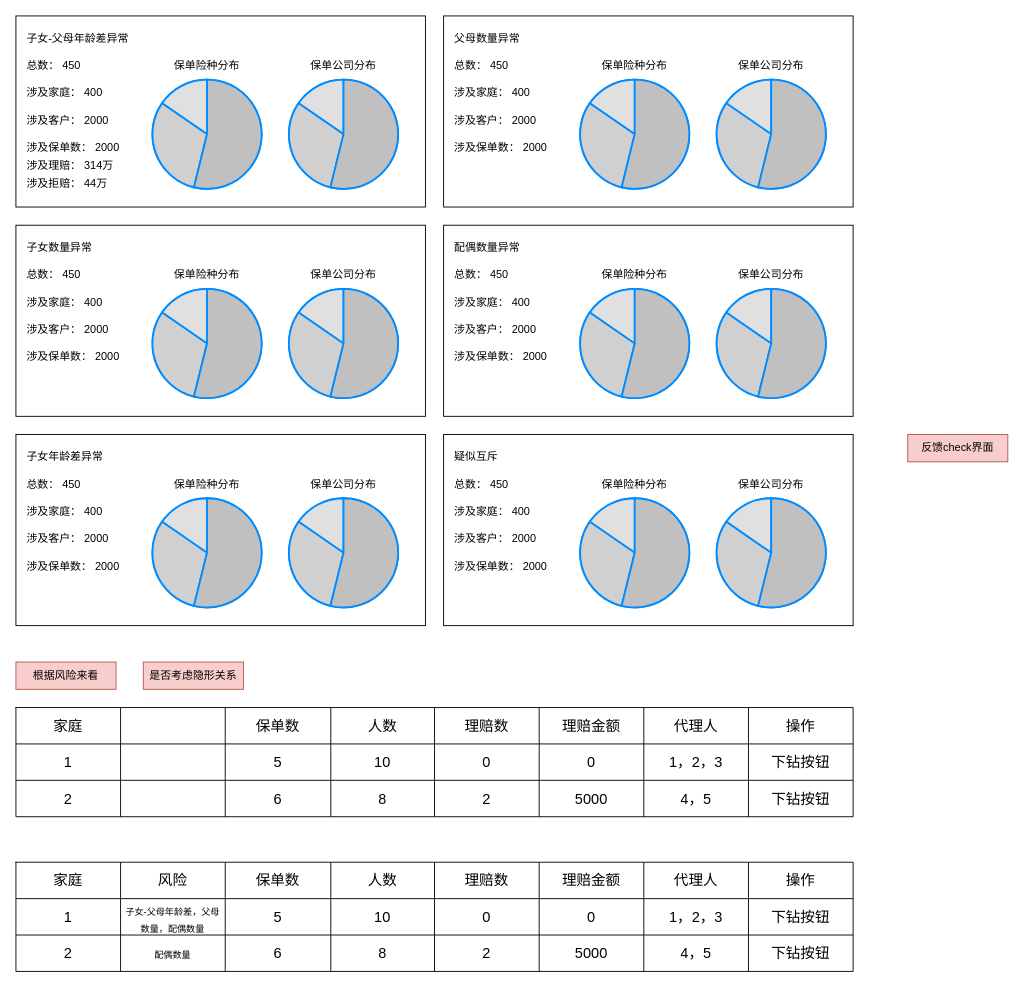
This is page "虚假关系-统计页面" (2 of 8) of 友邦/ux.drawio from XiaoLiuAI/diagrams, a draw.io file, before an edit. Source tidied: cells renumbered, new cells numbered last; positions are measured from the earlier drawing's top-left corner, leaving out a move shared by most shapes. Both pictures are drawn from the tidied source at 91%, with x=0, y=0 at pixel (15, 15).
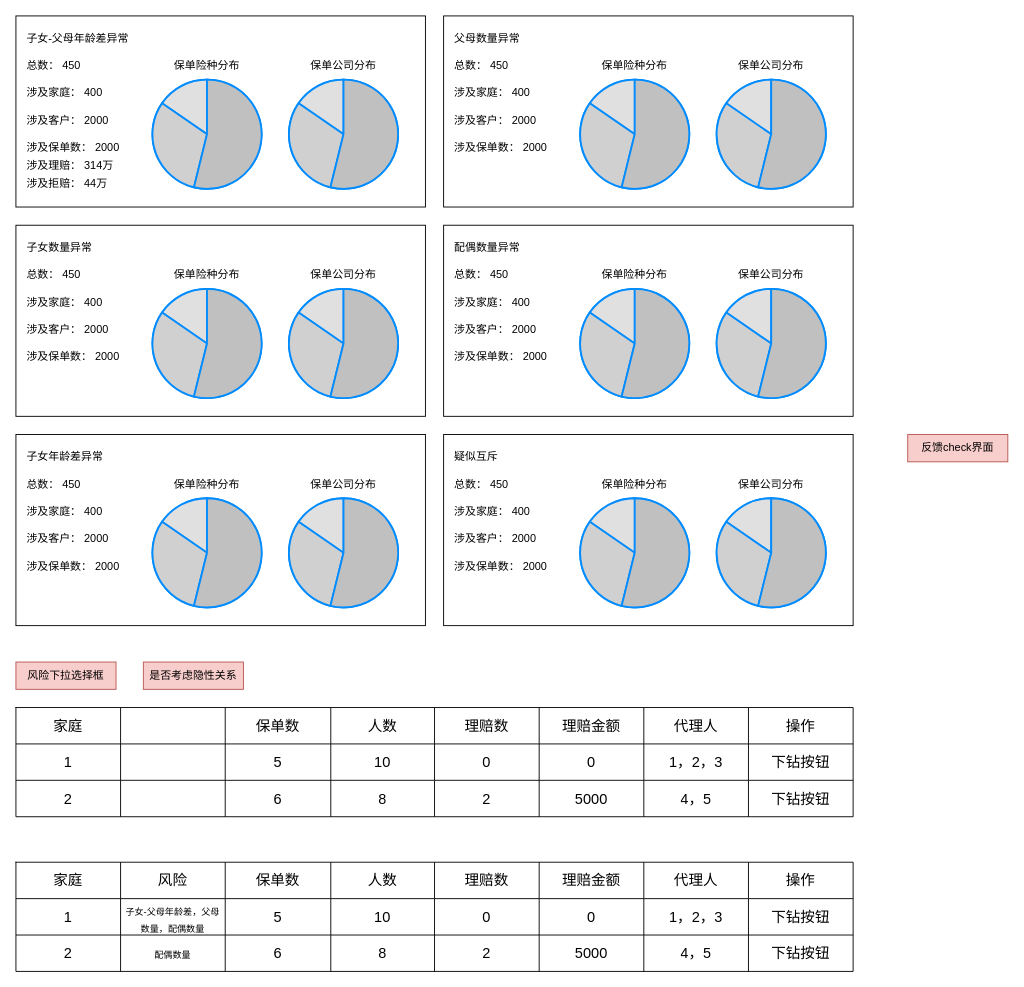
The same page after the edit.

The edit, as a diff of the source:
```diff
@@
-    <mxCell id="82" value="根据风险来看" style="text;html=1;strokeColor=#b85450;fillColor=#f8cecc;align=center;verticalAlign=middle;whiteSpace=wrap;rounded=0;" parent="1" vertex="1">
+    <mxCell id="82" value="风险下拉选择框" style="text;html=1;strokeColor=#b85450;fillColor=#f8cecc;align=center;verticalAlign=middle;whiteSpace=wrap;rounded=0;" parent="1" vertex="1">
       <mxGeometry y="710" width="110" height="30" as="geometry" />
     </mxCell>
@@
-    <mxCell id="139" value="是否考虑隐形关系" style="text;html=1;strokeColor=#b85450;fillColor=#f8cecc;align=center;verticalAlign=middle;whiteSpace=wrap;rounded=0;" parent="1" vertex="1">
+    <mxCell id="139" value="是否考虑隐性关系" style="text;html=1;strokeColor=#b85450;fillColor=#f8cecc;align=center;verticalAlign=middle;whiteSpace=wrap;rounded=0;" parent="1" vertex="1">
       <mxGeometry x="140" y="710" width="110" height="30" as="geometry" />
     </mxCell>
```
